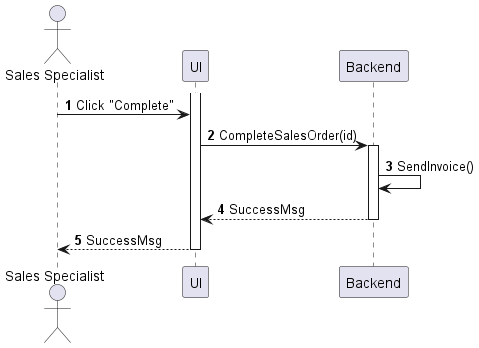
The PlantUML diagram sequences/sales-order-complete.png in phihungha/scmss-reqs, before a commit.
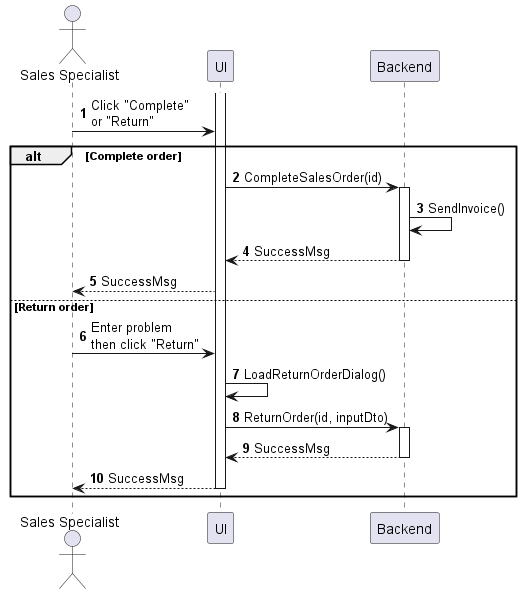
After the commit.

Diff of the diagram source:
```diff
@@ -6,11 +6,22 @@
 participant Backend as b
 
 activate f
-a -> f : Click "Complete"
-f -> b : CompleteSalesOrder(id)
-activate b
-b -> b : SendInvoice()
-return SuccessMsg
-f --> a : SuccessMsg
-deactivate f
+
+a -> f : Click "Complete"\nor "Return"
+
+alt Complete order
+    f -> b : CompleteSalesOrder(id)
+    activate b
+    b -> b : SendInvoice()
+    return SuccessMsg
+    f --> a : SuccessMsg
+else Return order
+    a -> f : Enter problem\nthen click "Return"
+    f -> f : LoadReturnOrderDialog()
+    f -> b : ReturnOrder(id, inputDto)
+    activate b
+    return SuccessMsg
+    f --> a : SuccessMsg
+    deactivate f
+end
 @enduml
```
